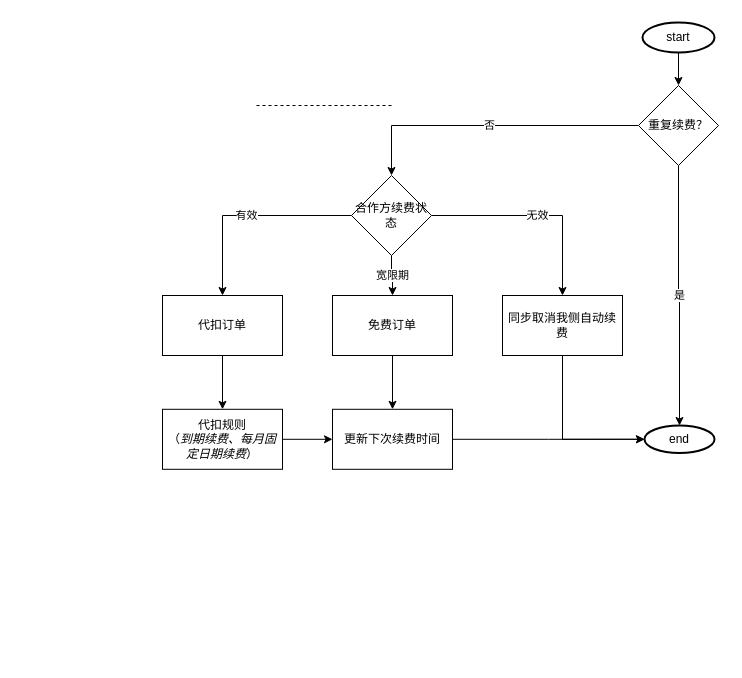
Before: page "Page-3" (3 of 5) of auto renew.drawio in hello-benny/hello-benny.github.io, a draw.io diagram. Source tidied: cells renumbered, new cells numbered last; positions are measured from the earlier drawing's top-left corner, leaving out a move shared by most shapes. Both pictures are drawn from the tidied source at 100%, with x=0, y=0 at pixel (162, 22).
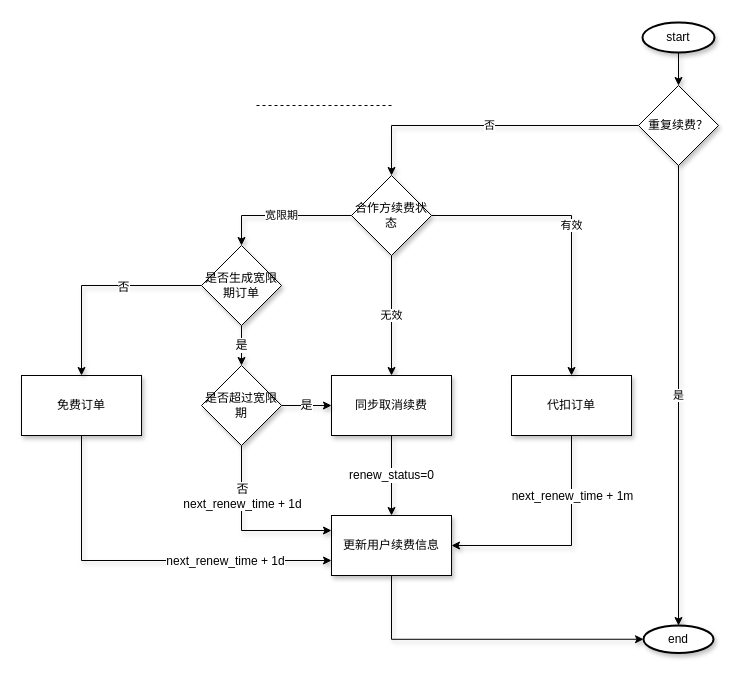
After the change.

What changed in the source:
```diff
@@
-    <mxCell id="2" style="edgeStyle=orthogonalEdgeStyle;rounded=0;jettySize=auto;html=1;entryX=0.5;entryY=0;entryDx=0;entryDy=0;" parent="1" edge="1" source="3" target="18">
+    <mxCell id="2" style="edgeStyle=orthogonalEdgeStyle;rounded=0;jettySize=auto;html=1;entryX=0.5;entryY=0;entryDx=0;entryDy=0;shadow=1;" parent="1" edge="1" source="3" target="18">
       <mxGeometry relative="1" as="geometry" />
     </mxCell>
-    <mxCell id="3" value="start" style="strokeWidth=2;html=1;shape=mxgraph.flowchart.start_1;whiteSpace=wrap;" parent="1" vertex="1">
+    <mxCell id="3" value="start" style="strokeWidth=2;html=1;shape=mxgraph.flowchart.start_1;whiteSpace=wrap;shadow=1;" parent="1" vertex="1">
       <mxGeometry x="480" width="72" height="30" as="geometry" />
     </mxCell>
-    <mxCell id="4" style="edgeStyle=orthogonalEdgeStyle;rounded=0;jettySize=auto;html=1;entryX=0.5;entryY=0;entryDx=0;entryDy=0;" parent="1" edge="1" source="5" target="11">
-      <mxGeometry relative="1" as="geometry" />
-    </mxCell>
+    <mxCell id="25" style="edgeStyle=orthogonalEdgeStyle;rounded=0;jettySize=auto;html=1;entryX=0;entryY=0.75;entryDx=0;entryDy=0;fontSize=12;fontColor=#000000;exitX=0.5;exitY=1;exitDx=0;exitDy=0;shadow=1;" parent="1" edge="1" source="5" target="24">
+      <mxGeometry relative="1" as="geometry" />
+    </mxCell>
+    <mxCell id="26" value="next_renew_time + 1d" style="edgeLabel;html=1;align=center;verticalAlign=middle;fontSize=12;fontColor=#000000;" parent="25" vertex="1">
+      <mxGeometry x="0.43" relative="1" as="geometry" />
+    </mxCell>
-    <mxCell id="5" value="免费订单" style="whiteSpace=wrap;html=1;strokeWidth=1;" parent="1" vertex="1">
-      <mxGeometry x="170" y="273" width="120" height="60" as="geometry" />
+    <mxCell id="5" value="免费订单" style="whiteSpace=wrap;html=1;strokeWidth=1;shadow=1;" parent="1" vertex="1">
+      <mxGeometry x="-141" y="353" width="120" height="60" as="geometry" />
     </mxCell>
-    <mxCell id="6" value="宽限期" style="edgeStyle=orthogonalEdgeStyle;rounded=0;jettySize=auto;html=1;exitX=0.5;exitY=1;exitDx=0;exitDy=0;" parent="1" edge="1" source="20" target="5">
+    <mxCell id="6" value="宽限期" style="edgeStyle=orthogonalEdgeStyle;rounded=0;jettySize=auto;html=1;exitX=0;exitY=0.5;exitDx=0;exitDy=0;entryX=0.5;entryY=0;entryDx=0;entryDy=0;shadow=1;" parent="1" edge="1" source="20" target="33">
       <mxGeometry relative="1" as="geometry" />
     </mxCell>
-    <mxCell id="7" value="无效" style="edgeStyle=orthogonalEdgeStyle;rounded=0;jettySize=auto;html=1;exitX=1;exitY=0.5;exitDx=0;exitDy=0;entryX=0.5;entryY=0;entryDx=0;entryDy=0;" parent="1" edge="1" source="20" target="22">
+    <mxCell id="7" value="无效" style="edgeStyle=orthogonalEdgeStyle;rounded=0;jettySize=auto;html=1;exitX=0.5;exitY=1;exitDx=0;exitDy=0;entryX=0.5;entryY=0;entryDx=0;entryDy=0;shadow=1;" parent="1" edge="1" source="20" target="22">
       <mxGeometry relative="1" as="geometry" />
     </mxCell>
-    <mxCell id="8" style="edgeStyle=orthogonalEdgeStyle;rounded=0;jettySize=auto;html=1;entryX=0.5;entryY=0;entryDx=0;entryDy=0;" parent="1" edge="1" source="9" target="24">
+    <mxCell id="8" style="edgeStyle=orthogonalEdgeStyle;rounded=0;jettySize=auto;html=1;entryX=1;entryY=0.5;entryDx=0;entryDy=0;exitX=0.5;exitY=1;exitDx=0;exitDy=0;shadow=1;" parent="1" edge="1" source="9" target="24">
       <mxGeometry relative="1" as="geometry" />
     </mxCell>
+    <mxCell id="27" value="next_renew_time + 1m" style="edgeLabel;html=1;align=center;verticalAlign=middle;fontSize=12;fontColor=#000000;" parent="8" vertex="1">
+      <mxGeometry x="0.08" y="1" relative="1" as="geometry">
+        <mxPoint x="14.7" y="-51" as="offset" />
+      </mxGeometry>
+    </mxCell>
-    <mxCell id="9" value="代扣订单" style="whiteSpace=wrap;html=1;" parent="1" vertex="1">
-      <mxGeometry y="273" width="120" height="60" as="geometry" />
+    <mxCell id="9" value="代扣订单" style="whiteSpace=wrap;html=1;shadow=1;" parent="1" vertex="1">
+      <mxGeometry x="349" y="353" width="120" height="60" as="geometry" />
     </mxCell>
-    <mxCell id="10" style="edgeStyle=orthogonalEdgeStyle;rounded=0;jettySize=auto;html=1;" parent="1" edge="1" source="11" target="12">
-      <mxGeometry relative="1" as="geometry" />
-    </mxCell>
-    <mxCell id="11" value="更新下次续费时间" style="whiteSpace=wrap;html=1;strokeWidth=1;" parent="1" vertex="1">
-      <mxGeometry x="170" y="386.8" width="120" height="60" as="geometry" />
-    </mxCell>
-    <mxCell id="12" value="end" style="ellipse;whiteSpace=wrap;html=1;strokeWidth=2;" parent="1" vertex="1">
-      <mxGeometry x="482" y="403" width="70" height="27.5" as="geometry" />
+    <mxCell id="12" value="end" style="ellipse;whiteSpace=wrap;html=1;strokeWidth=2;shadow=1;" parent="1" vertex="1">
+      <mxGeometry x="481" y="603" width="70" height="27.5" as="geometry" />
     </mxCell>
@@
-    <mxCell id="16" value="否" style="edgeStyle=orthogonalEdgeStyle;rounded=0;jettySize=auto;html=1;" parent="1" edge="1" source="18" target="20">
+    <mxCell id="16" value="否" style="edgeStyle=orthogonalEdgeStyle;rounded=0;jettySize=auto;html=1;shadow=1;" parent="1" edge="1" source="18" target="20">
       <mxGeometry relative="1" as="geometry" />
     </mxCell>
-    <mxCell id="17" value="是" style="edgeStyle=orthogonalEdgeStyle;rounded=0;jettySize=auto;html=1;" parent="1" edge="1" source="18" target="12">
+    <mxCell id="17" value="是" style="edgeStyle=orthogonalEdgeStyle;rounded=0;jettySize=auto;html=1;shadow=1;" parent="1" edge="1" source="18" target="12">
       <mxGeometry relative="1" as="geometry" />
     </mxCell>
-    <mxCell id="18" value="重复续费？" style="rhombus;whiteSpace=wrap;html=1;" parent="1" vertex="1">
+    <mxCell id="18" value="重复续费？" style="rhombus;whiteSpace=wrap;html=1;shadow=1;" parent="1" vertex="1">
       <mxGeometry x="476" y="63" width="80" height="80" as="geometry" />
     </mxCell>
-    <mxCell id="19" value="有效" style="edgeStyle=orthogonalEdgeStyle;rounded=0;jettySize=auto;html=1;entryX=0.5;entryY=0;entryDx=0;entryDy=0;" parent="1" edge="1" source="20" target="9">
+    <mxCell id="19" value="有效" style="edgeStyle=orthogonalEdgeStyle;rounded=0;jettySize=auto;html=1;entryX=0.5;entryY=0;entryDx=0;entryDy=0;shadow=1;" parent="1" edge="1" source="20" target="9">
       <mxGeometry relative="1" as="geometry" />
     </mxCell>
-    <mxCell id="20" value="合作方续费状态" style="rhombus;whiteSpace=wrap;html=1;" parent="1" vertex="1">
+    <mxCell id="20" value="合作方续费状态" style="rhombus;whiteSpace=wrap;html=1;shadow=1;" parent="1" vertex="1">
       <mxGeometry x="189" y="153" width="80" height="80" as="geometry" />
     </mxCell>
-    <mxCell id="21" style="edgeStyle=orthogonalEdgeStyle;rounded=0;jettySize=auto;html=1;entryX=0;entryY=0.5;entryDx=0;entryDy=0;exitX=0.5;exitY=1;exitDx=0;exitDy=0;" parent="1" edge="1" source="22" target="12">
-      <mxGeometry relative="1" as="geometry" />
-    </mxCell>
+    <mxCell id="28" value="renew_status=0" style="edgeStyle=orthogonalEdgeStyle;rounded=0;jettySize=auto;html=1;entryX=0.5;entryY=0;entryDx=0;entryDy=0;fontSize=12;fontColor=#000000;exitX=0.5;exitY=1;exitDx=0;exitDy=0;shadow=1;" parent="1" edge="1" source="22" target="24">
+      <mxGeometry relative="1" as="geometry" />
+    </mxCell>
-    <mxCell id="22" value="同步取消我侧自动续费" style="rounded=0;whiteSpace=wrap;html=1;" parent="1" vertex="1">
-      <mxGeometry x="340" y="273" width="120" height="60" as="geometry" />
+    <mxCell id="22" value="同步取消续费" style="rounded=0;whiteSpace=wrap;html=1;shadow=1;" parent="1" vertex="1">
+      <mxGeometry x="169" y="353" width="120" height="60" as="geometry" />
     </mxCell>
-    <mxCell id="23" style="edgeStyle=orthogonalEdgeStyle;rounded=0;jettySize=auto;html=1;entryX=0;entryY=0.5;entryDx=0;entryDy=0;" parent="1" edge="1" source="24" target="11">
-      <mxGeometry relative="1" as="geometry" />
-    </mxCell>
+    <mxCell id="29" style="edgeStyle=orthogonalEdgeStyle;rounded=0;jettySize=auto;html=1;fontSize=12;fontColor=#000000;entryX=0;entryY=0.5;entryDx=0;entryDy=0;exitX=0.5;exitY=1;exitDx=0;exitDy=0;shadow=1;" parent="1" edge="1" source="24" target="12">
+      <mxGeometry relative="1" as="geometry" />
+    </mxCell>
-    <mxCell id="24" value="代扣规则&lt;br&gt;（&lt;i&gt;到期续费、每月固定日期续费&lt;/i&gt;）" style="whiteSpace=wrap;html=1;" parent="1" vertex="1">
-      <mxGeometry y="386.8" width="120" height="60" as="geometry" />
+    <mxCell id="24" value="更新用户续费信息" style="whiteSpace=wrap;html=1;shadow=1;" parent="1" vertex="1">
+      <mxGeometry x="169" y="493" width="120" height="60" as="geometry" />
     </mxCell>
+    <mxCell id="30" style="edgeStyle=orthogonalEdgeStyle;rounded=0;jettySize=auto;html=1;entryX=0.5;entryY=0;entryDx=0;entryDy=0;fontSize=12;fontColor=#000000;shadow=1;" parent="1" edge="1" source="33" target="5">
+      <mxGeometry relative="1" as="geometry" />
+    </mxCell>
+    <mxCell id="31" value="否" style="edgeLabel;html=1;align=center;verticalAlign=middle;fontSize=12;fontColor=#000000;shadow=1;" parent="30" vertex="1">
+      <mxGeometry x="-0.25" y="1" relative="1" as="geometry" />
+    </mxCell>
+    <mxCell id="32" value="是" style="edgeStyle=orthogonalEdgeStyle;rounded=0;jettySize=auto;html=1;entryX=0.5;entryY=0;entryDx=0;entryDy=0;shadow=1;fontSize=12;fontColor=#000000;" parent="1" edge="1" source="33" target="37">
+      <mxGeometry relative="1" as="geometry" />
+    </mxCell>
+    <mxCell id="33" value="是否生成宽限期订单" style="rhombus;whiteSpace=wrap;html=1;strokeWidth=1;fontSize=12;fontColor=#000000;align=center;shadow=1;" parent="1" vertex="1">
+      <mxGeometry x="39" y="223" width="80" height="80" as="geometry" />
+    </mxCell>
+    <mxCell id="34" value="是" style="edgeStyle=orthogonalEdgeStyle;rounded=0;jettySize=auto;html=1;exitX=1;exitY=0.5;exitDx=0;exitDy=0;entryX=0;entryY=0.5;entryDx=0;entryDy=0;fontSize=12;fontColor=#000000;shadow=1;" parent="1" edge="1" source="37" target="22">
+      <mxGeometry relative="1" as="geometry" />
+    </mxCell>
+    <mxCell id="35" style="edgeStyle=orthogonalEdgeStyle;rounded=0;jettySize=auto;html=1;exitX=0.5;exitY=1;exitDx=0;exitDy=0;entryX=0;entryY=0.25;entryDx=0;entryDy=0;shadow=1;fontSize=12;fontColor=#000000;" parent="1" edge="1" source="37" target="24">
+      <mxGeometry relative="1" as="geometry" />
+    </mxCell>
+    <mxCell id="36" value="否&lt;br&gt;next_renew_time + 1d" style="edgeLabel;html=1;align=center;verticalAlign=middle;fontSize=12;fontColor=#000000;" parent="35" vertex="1">
+      <mxGeometry x="-0.25" y="1" relative="1" as="geometry">
+        <mxPoint x="-1" y="-16" as="offset" />
+      </mxGeometry>
+    </mxCell>
+    <mxCell id="37" value="是否超过宽限期" style="rhombus;whiteSpace=wrap;html=1;strokeWidth=1;fontSize=12;fontColor=#000000;align=center;shadow=1;" parent="1" vertex="1">
+      <mxGeometry x="39" y="343" width="80" height="80" as="geometry" />
+    </mxCell>
```
